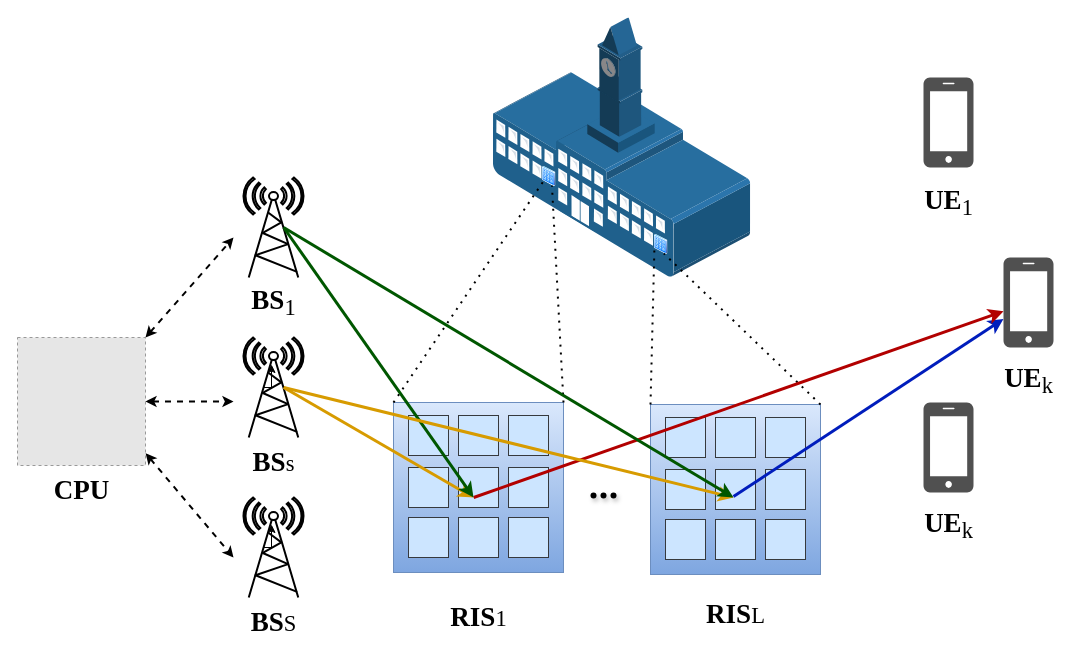
Earlier version of the draw.io diagram 多BS多RIS.drawio (gougemidi/xiao). Source tidied: cells renumbered, new cells numbered last; positions are measured from the earlier drawing's top-left corner, leaving out a move shared by most shapes. Both pictures are drawn from the tidied source at 100%, with x=0, y=0 at pixel (17, 17). Pictures stored in the file or linked from it are replaced by grey dashed boxes.
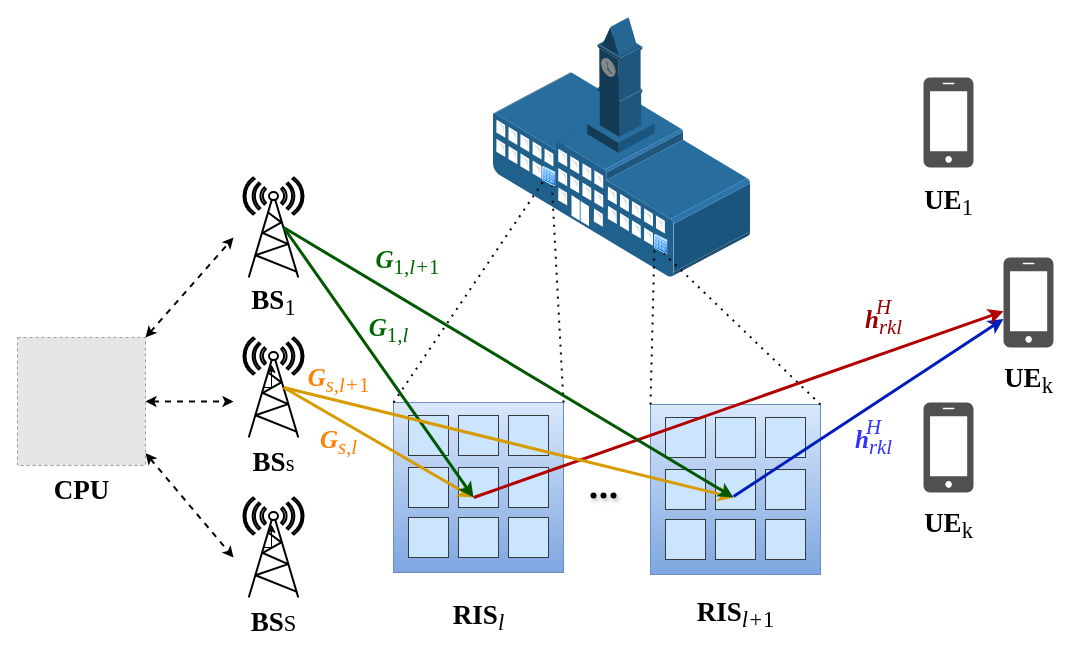
After the change.

What changed in the source:
```diff
@@
-    <mxCell id="49" value="&lt;b&gt;RIS&lt;/b&gt;&lt;span style=&quot;font-size: 22.5px;&quot;&gt;1&lt;/span&gt;" style="text;html=1;align=center;verticalAlign=middle;strokeColor=none;fillColor=none;fontSize=27;fontFamily=Times New Roman;shadow=1;glass=0;sketch=0;strokeWidth=8;" parent="1" vertex="1">
-      <mxGeometry x="421" y="575" width="80" height="50" as="geometry" />
+    <mxCell id="49" value="&lt;b&gt;RIS&lt;/b&gt;&lt;i style=&quot;border-color: var(--border-color); -webkit-text-stroke-color: currentcolor !important;&quot;&gt;&lt;sub style=&quot;border-color: var(--border-color); -webkit-text-stroke-color: currentcolor !important;&quot;&gt;l&lt;/sub&gt;&lt;/i&gt;" style="text;html=1;align=center;verticalAlign=middle;strokeColor=none;fillColor=none;fontSize=27;fontFamily=Times New Roman;shadow=1;glass=0;sketch=0;strokeWidth=8;" parent="1" vertex="1">
+      <mxGeometry x="426" y="575" width="70" height="50" as="geometry" />
     </mxCell>
-    <mxCell id="50" value="&lt;b&gt;RIS&lt;/b&gt;&lt;span style=&quot;font-size: 22.5px;&quot;&gt;L&lt;/span&gt;" style="text;html=1;align=center;verticalAlign=middle;strokeColor=none;fillColor=none;fontSize=27;fontFamily=Times New Roman;shadow=1;glass=0;sketch=0;strokeWidth=8;" parent="1" vertex="1">
-      <mxGeometry x="678" y="572" width="80" height="50" as="geometry" />
+    <mxCell id="50" value="&lt;b&gt;RIS&lt;/b&gt;&lt;span style=&quot;border-color: var(--border-color); -webkit-text-stroke-color: currentcolor !important;&quot;&gt;&lt;span style=&quot;border-color: var(--border-color); -webkit-text-stroke-color: currentcolor !important;&quot;&gt;&lt;sub&gt;&lt;i&gt;l+&lt;/i&gt;1&lt;/sub&gt;&lt;/span&gt;&lt;/span&gt;" style="text;html=1;align=center;verticalAlign=middle;strokeColor=none;fillColor=none;fontSize=27;fontFamily=Times New Roman;shadow=1;glass=0;sketch=0;strokeWidth=8;" parent="1" vertex="1">
+      <mxGeometry x="668" y="572" width="100" height="50" as="geometry" />
     </mxCell>
@@
+    <mxCell id="62" value="&lt;font color=&quot;#ff8000&quot; face=&quot;Times New Roman&quot; style=&quot;font-size: 25px;&quot;&gt;&lt;b style=&quot;font-style: italic;&quot;&gt;G&lt;/b&gt;&lt;sub&gt;&lt;i&gt;s,l+&lt;/i&gt;1&lt;/sub&gt;&lt;/font&gt;" style="text;html=1;align=center;verticalAlign=middle;strokeColor=none;fillColor=none;fontColor=#FFB366;rotation=0;" parent="1" vertex="1">
+      <mxGeometry x="276" y="338" width="90" height="50" as="geometry" />
+    </mxCell>
+    <mxCell id="63" value="&lt;font color=&quot;#ff8000&quot; face=&quot;Times New Roman&quot; style=&quot;font-size: 25px;&quot;&gt;&lt;b style=&quot;font-style: italic;&quot;&gt;G&lt;/b&gt;&lt;sub&gt;&lt;i&gt;s,l&lt;/i&gt;&lt;/sub&gt;&lt;/font&gt;" style="text;html=1;align=center;verticalAlign=middle;strokeColor=none;fillColor=none;fontColor=#FFB366;rotation=0;" parent="1" vertex="1">
+      <mxGeometry x="291" y="400" width="60" height="50" as="geometry" />
+    </mxCell>
+    <mxCell id="64" value="&lt;font color=&quot;#006600&quot; face=&quot;Times New Roman&quot; style=&quot;font-size: 25px;&quot;&gt;&lt;b style=&quot;font-style: italic;&quot;&gt;G&lt;/b&gt;&lt;sub&gt;1&lt;i&gt;,l+&lt;/i&gt;1&lt;/sub&gt;&lt;/font&gt;" style="text;html=1;align=center;verticalAlign=middle;strokeColor=none;fillColor=none;fontColor=#FFB366;rotation=0;" parent="1" vertex="1">
+      <mxGeometry x="345" y="220" width="90" height="50" as="geometry" />
+    </mxCell>
+    <mxCell id="65" value="&lt;font color=&quot;#006600&quot; face=&quot;Times New Roman&quot; style=&quot;font-size: 25px;&quot;&gt;&lt;b style=&quot;font-style: italic;&quot;&gt;G&lt;/b&gt;&lt;sub&gt;1&lt;i&gt;,l&lt;/i&gt;&lt;/sub&gt;&lt;/font&gt;" style="text;html=1;align=center;verticalAlign=middle;strokeColor=none;fillColor=none;fontColor=#FFB366;rotation=0;" parent="1" vertex="1">
+      <mxGeometry x="341" y="288" width="60" height="50" as="geometry" />
+    </mxCell>
+    <mxCell id="66" style="group;fontColor=#990000;" parent="1" vertex="1">
+      <mxGeometry x="836" y="270" width="60" height="60" as="geometry" />
+    </mxCell>
+    <mxCell id="67" value="&lt;font face=&quot;Times New Roman&quot; style=&quot;font-size: 25px;&quot;&gt;&lt;b style=&quot;font-style: italic;&quot;&gt;h&lt;/b&gt;&lt;span style=&quot;font-style: italic;&quot;&gt;&lt;sub&gt;rkl&lt;/sub&gt;&lt;/span&gt;&lt;/font&gt;" style="text;html=1;align=center;verticalAlign=middle;strokeColor=none;fillColor=none;fontColor=#990000;rotation=0;" parent="66" vertex="1">
+      <mxGeometry y="10" width="60" height="50" as="geometry" />
+    </mxCell>
+    <mxCell id="68" value="&lt;font face=&quot;Times New Roman&quot;&gt;&lt;span style=&quot;caret-color: rgb(255, 128, 0); font-size: 25px;&quot;&gt;&lt;i&gt;&lt;sup&gt;H&lt;/sup&gt;&lt;/i&gt;&lt;/span&gt;&lt;/font&gt;" style="text;html=1;align=center;verticalAlign=middle;strokeColor=none;fillColor=none;fontColor=#990000;rotation=0;" parent="66" vertex="1">
+      <mxGeometry x="10" width="40" height="50" as="geometry" />
+    </mxCell>
+    <mxCell id="69" style="group;fontColor=#3333FF;" parent="1" vertex="1">
+      <mxGeometry x="826" y="390" width="60" height="60" as="geometry" />
+    </mxCell>
+    <mxCell id="70" value="&lt;font face=&quot;Times New Roman&quot; style=&quot;font-size: 25px;&quot;&gt;&lt;b style=&quot;font-style: italic;&quot;&gt;h&lt;/b&gt;&lt;span style=&quot;font-style: italic;&quot;&gt;&lt;sub&gt;rkl&lt;/sub&gt;&lt;/span&gt;&lt;/font&gt;" style="text;html=1;align=center;verticalAlign=middle;strokeColor=none;fillColor=none;fontColor=#3333FF;rotation=0;" parent="69" vertex="1">
+      <mxGeometry y="10" width="60" height="50" as="geometry" />
+    </mxCell>
+    <mxCell id="71" value="&lt;font face=&quot;Times New Roman&quot;&gt;&lt;span style=&quot;caret-color: rgb(255, 128, 0); font-size: 25px;&quot;&gt;&lt;i&gt;&lt;sup&gt;H&lt;/sup&gt;&lt;/i&gt;&lt;/span&gt;&lt;/font&gt;" style="text;html=1;align=center;verticalAlign=middle;strokeColor=none;fillColor=none;fontColor=#3333FF;rotation=0;" parent="69" vertex="1">
+      <mxGeometry x="10" width="40" height="50" as="geometry" />
+    </mxCell>
```
